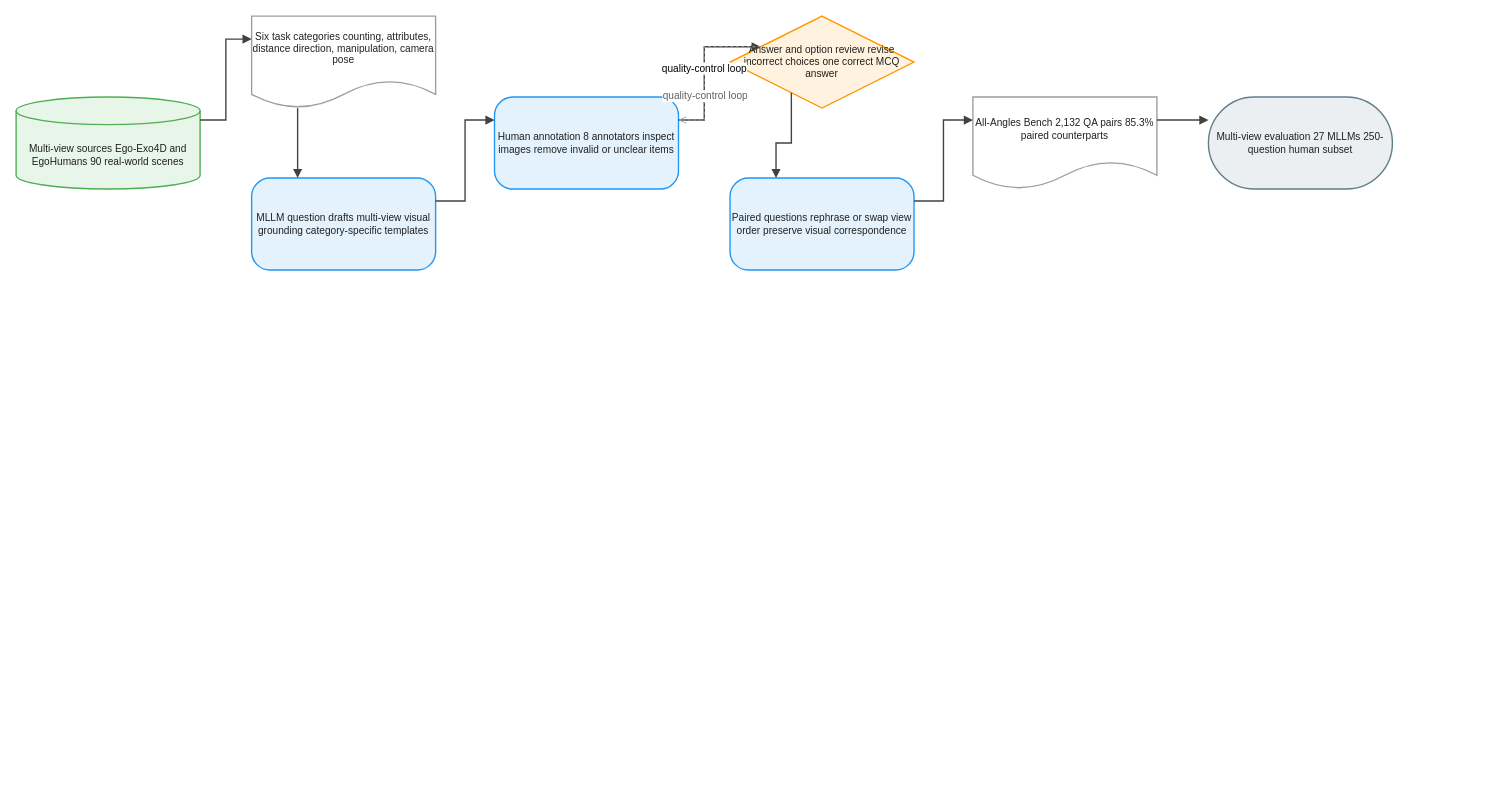
Before: client/public/drawio/All-Angles/All-Angles.en.drawio in joe1chief/benchmark-hub, a draw.io diagram. Source tidied: cells renumbered, new cells numbered last; positions are measured from the earlier drawing's top-left corner, leaving out a move shared by most shapes. Both pictures are drawn from the tidied source at 92%, with x=0, y=0 at pixel (16, 16).
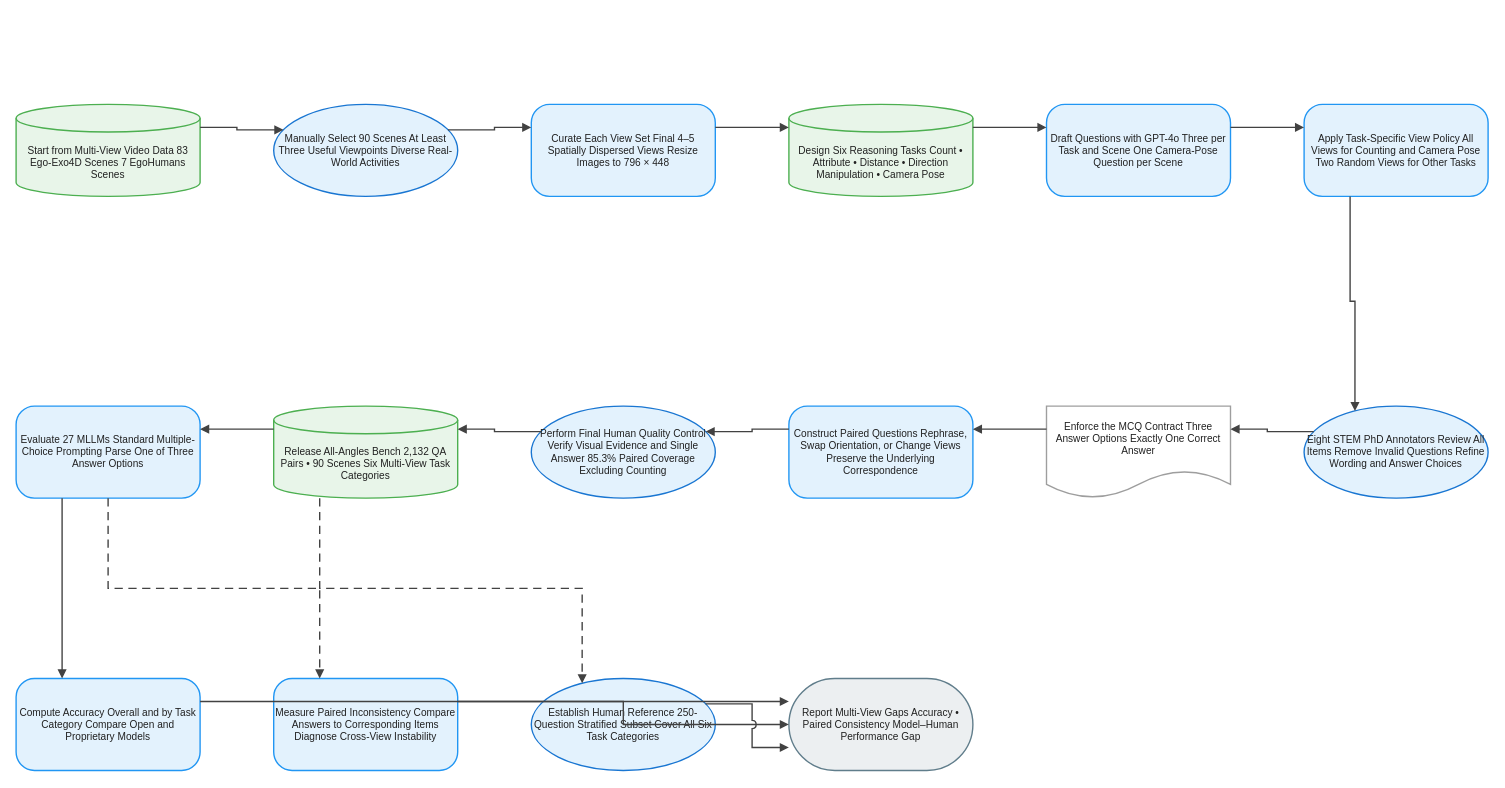
The same diagram, later.

Diff of the diagram source:
```diff
@@
-    <mxCell id="2" value="Multi-view sources Ego-Exo4D and EgoHumans 90 real-world scenes" style="shape=cylinder3;boundedLbl=1;backgroundOutline=1;size=15;html=1;whiteSpace=wrap;fillColor=#E8F5E9;strokeColor=#4CAF50;strokeWidth=1.5;fontColor=#212121;fontSize=11;fontFamily=Arial, Helvetica, sans-serif;verticalAlign=middle;align=center;" parent="1" vertex="1">
-      <mxGeometry y="88" width="200" height="100" as="geometry" />
+    <mxCell id="2" value="Start from Multi-View Video Data 83 Ego-Exo4D Scenes 7 EgoHumans Scenes" style="shape=cylinder3;boundedLbl=1;backgroundOutline=1;size=15;html=1;whiteSpace=wrap;fillColor=#E8F5E9;strokeColor=#4CAF50;strokeWidth=1.5;fontColor=#212121;fontSize=11;fontFamily=Arial, Helvetica, sans-serif;verticalAlign=middle;align=center;" parent="1" vertex="1">
+      <mxGeometry y="96" width="200" height="100" as="geometry" />
     </mxCell>
-    <mxCell id="3" value="Six task categories counting, attributes, distance direction, manipulation, camera pose" style="shape=document;boundedLbl=1;html=1;whiteSpace=wrap;fillColor=#FFFFFF;strokeColor=#9E9E9E;strokeWidth=1.5;fontColor=#212121;fontSize=11;fontFamily=Arial, Helvetica, sans-serif;verticalAlign=middle;align=center;" parent="1" vertex="1">
-      <mxGeometry x="256" width="200" height="100" as="geometry" />
+    <mxCell id="3" value="Manually Select 90 Scenes At Least Three Useful Viewpoints Diverse Real-World Activities" style="ellipse;html=1;whiteSpace=wrap;fillColor=#E3F2FD;strokeColor=#1976D2;strokeWidth=1.5;fontColor=#212121;fontSize=11;fontFamily=Arial, Helvetica, sans-serif;verticalAlign=middle;align=center;" parent="1" vertex="1">
+      <mxGeometry x="280" y="96" width="200" height="100" as="geometry" />
     </mxCell>
-    <mxCell id="4" value="MLLM question drafts multi-view visual grounding category-specific templates" style="rounded=1;arcSize=20;html=1;whiteSpace=wrap;fillColor=#E3F2FD;strokeColor=#2196F3;strokeWidth=1.5;fontColor=#212121;fontSize=11;fontFamily=Arial, Helvetica, sans-serif;verticalAlign=middle;align=center;" parent="1" vertex="1">
-      <mxGeometry x="256" y="176" width="200" height="100" as="geometry" />
+    <mxCell id="4" value="Curate Each View Set Final 4–5 Spatially Dispersed Views Resize Images to 796 × 448" style="rounded=1;arcSize=20;html=1;whiteSpace=wrap;fillColor=#E3F2FD;strokeColor=#2196F3;strokeWidth=1.5;fontColor=#212121;fontSize=11;fontFamily=Arial, Helvetica, sans-serif;verticalAlign=middle;align=center;" parent="1" vertex="1">
+      <mxGeometry x="560" y="96" width="200" height="100" as="geometry" />
     </mxCell>
-    <mxCell id="5" value="Human annotation 8 annotators inspect images remove invalid or unclear items" style="rounded=1;arcSize=20;html=1;whiteSpace=wrap;fillColor=#E3F2FD;strokeColor=#2196F3;strokeWidth=1.5;fontColor=#212121;fontSize=11;fontFamily=Arial, Helvetica, sans-serif;verticalAlign=middle;align=center;" parent="1" vertex="1">
-      <mxGeometry x="520" y="88" width="200" height="100" as="geometry" />
+    <mxCell id="5" value="Design Six Reasoning Tasks Count • Attribute • Distance • Direction Manipulation • Camera Pose" style="shape=cylinder3;boundedLbl=1;backgroundOutline=1;size=15;html=1;whiteSpace=wrap;fillColor=#E8F5E9;strokeColor=#4CAF50;strokeWidth=1.5;fontColor=#212121;fontSize=11;fontFamily=Arial, Helvetica, sans-serif;verticalAlign=middle;align=center;" parent="1" vertex="1">
+      <mxGeometry x="840" y="96" width="200" height="100" as="geometry" />
     </mxCell>
-    <mxCell id="6" value="Answer and option review revise incorrect choices one correct MCQ answer" style="rhombus;html=1;whiteSpace=wrap;fillColor=#FFF3E0;strokeColor=#FF9800;strokeWidth=1.5;fontColor=#212121;fontSize=11;fontFamily=Arial, Helvetica, sans-serif;verticalAlign=middle;align=center;" parent="1" vertex="1">
-      <mxGeometry x="776" width="200" height="100" as="geometry" />
+    <mxCell id="6" value="Draft Questions with GPT-4o Three per Task and Scene One Camera-Pose Question per Scene" style="rounded=1;arcSize=20;html=1;whiteSpace=wrap;fillColor=#E3F2FD;strokeColor=#2196F3;strokeWidth=1.5;fontColor=#212121;fontSize=11;fontFamily=Arial, Helvetica, sans-serif;verticalAlign=middle;align=center;" parent="1" vertex="1">
+      <mxGeometry x="1120" y="96" width="200" height="100" as="geometry" />
     </mxCell>
-    <mxCell id="7" value="Paired questions rephrase or swap view order preserve visual correspondence" style="rounded=1;arcSize=20;html=1;whiteSpace=wrap;fillColor=#E3F2FD;strokeColor=#2196F3;strokeWidth=1.5;fontColor=#212121;fontSize=11;fontFamily=Arial, Helvetica, sans-serif;verticalAlign=middle;align=center;" parent="1" vertex="1">
-      <mxGeometry x="776" y="176" width="200" height="100" as="geometry" />
+    <mxCell id="7" value="Apply Task-Specific View Policy All Views for Counting and Camera Pose Two Random Views for Other Tasks" style="rounded=1;arcSize=20;html=1;whiteSpace=wrap;fillColor=#E3F2FD;strokeColor=#2196F3;strokeWidth=1.5;fontColor=#212121;fontSize=11;fontFamily=Arial, Helvetica, sans-serif;verticalAlign=middle;align=center;" parent="1" vertex="1">
+      <mxGeometry x="1400" y="96" width="200" height="100" as="geometry" />
     </mxCell>
-    <mxCell id="8" value="All-Angles Bench 2,132 QA pairs 85.3% paired counterparts" style="shape=document;boundedLbl=1;html=1;whiteSpace=wrap;fillColor=#FFFFFF;strokeColor=#9E9E9E;strokeWidth=1.5;fontColor=#212121;fontSize=11;fontFamily=Arial, Helvetica, sans-serif;verticalAlign=middle;align=center;" parent="1" vertex="1">
-      <mxGeometry x="1040" y="88" width="200" height="100" as="geometry" />
+    <mxCell id="8" value="Eight STEM PhD Annotators Review All Items Remove Invalid Questions Refine Wording and Answer Choices" style="ellipse;html=1;whiteSpace=wrap;fillColor=#E3F2FD;strokeColor=#1976D2;strokeWidth=1.5;fontColor=#212121;fontSize=11;fontFamily=Arial, Helvetica, sans-serif;verticalAlign=middle;align=center;" parent="1" vertex="1">
+      <mxGeometry x="1400" y="424" width="200" height="100" as="geometry" />
     </mxCell>
-    <mxCell id="9" value="Multi-view evaluation 27 MLLMs 250-question human subset" style="rounded=1;arcSize=50;html=1;whiteSpace=wrap;fillColor=#ECEFF1;strokeColor=#607D8B;strokeWidth=1.5;fontColor=#212121;fontSize=11;fontFamily=Arial, Helvetica, sans-serif;verticalAlign=middle;align=center;" parent="1" vertex="1">
-      <mxGeometry x="1296" y="88" width="200" height="100" as="geometry" />
+    <mxCell id="9" value="Enforce the MCQ Contract Three Answer Options Exactly One Correct Answer" style="shape=document;boundedLbl=1;html=1;whiteSpace=wrap;fillColor=#FFFFFF;strokeColor=#9E9E9E;strokeWidth=1.5;fontColor=#212121;fontSize=11;fontFamily=Arial, Helvetica, sans-serif;verticalAlign=middle;align=center;" parent="1" vertex="1">
+      <mxGeometry x="1120" y="424" width="200" height="100" as="geometry" />
     </mxCell>
-    <mxCell id="10" style="edgeStyle=orthogonalEdgeStyle;rounded=0;jettySize=auto;html=1;strokeColor=#424242;strokeWidth=1.5;endArrow=block;endFill=1;exitX=1;exitY=0.25;exitDx=0;exitDy=0;entryX=0;entryY=0.25;entryDx=0;entryDy=0;jumpStyle=arc;jumpSize=8;" parent="1" edge="1" source="2" target="3">
-      <mxGeometry relative="1" as="geometry" />
+    <mxCell id="10" value="Construct Paired Questions Rephrase, Swap Orientation, or Change Views Preserve the Underlying Correspondence" style="rounded=1;arcSize=20;html=1;whiteSpace=wrap;fillColor=#E3F2FD;strokeColor=#2196F3;strokeWidth=1.5;fontColor=#212121;fontSize=11;fontFamily=Arial, Helvetica, sans-serif;verticalAlign=middle;align=center;" parent="1" vertex="1">
+      <mxGeometry x="840" y="424" width="200" height="100" as="geometry" />
     </mxCell>
-    <mxCell id="11" style="edgeStyle=orthogonalEdgeStyle;rounded=0;jettySize=auto;html=1;strokeColor=#424242;strokeWidth=1.5;endArrow=block;endFill=1;exitX=0.25;exitY=1;exitDx=0;exitDy=0;entryX=0.25;entryY=0;entryDx=0;entryDy=0;jumpStyle=arc;jumpSize=8;" parent="1" edge="1" source="3" target="4">
-      <mxGeometry relative="1" as="geometry" />
+    <mxCell id="11" value="Perform Final Human Quality Control Verify Visual Evidence and Single Answer 85.3% Paired Coverage Excluding Counting" style="ellipse;html=1;whiteSpace=wrap;fillColor=#E3F2FD;strokeColor=#1976D2;strokeWidth=1.5;fontColor=#212121;fontSize=11;fontFamily=Arial, Helvetica, sans-serif;verticalAlign=middle;align=center;" parent="1" vertex="1">
+      <mxGeometry x="560" y="424" width="200" height="100" as="geometry" />
     </mxCell>
-    <mxCell id="12" style="edgeStyle=orthogonalEdgeStyle;rounded=0;jettySize=auto;html=1;strokeColor=#424242;strokeWidth=1.5;endArrow=block;endFill=1;exitX=1;exitY=0.25;exitDx=0;exitDy=0;entryX=0;entryY=0.25;entryDx=0;entryDy=0;jumpStyle=arc;jumpSize=8;" parent="1" edge="1" source="4" target="5">
-      <mxGeometry relative="1" as="geometry" />
+    <mxCell id="12" value="Release All-Angles Bench 2,132 QA Pairs • 90 Scenes Six Multi-View Task Categories" style="shape=cylinder3;boundedLbl=1;backgroundOutline=1;size=15;html=1;whiteSpace=wrap;fillColor=#E8F5E9;strokeColor=#4CAF50;strokeWidth=1.5;fontColor=#212121;fontSize=11;fontFamily=Arial, Helvetica, sans-serif;verticalAlign=middle;align=center;" parent="1" vertex="1">
+      <mxGeometry x="280" y="424" width="200" height="100" as="geometry" />
     </mxCell>
-    <mxCell id="13" style="edgeStyle=orthogonalEdgeStyle;rounded=0;jettySize=auto;html=1;strokeColor=#424242;strokeWidth=1.5;endArrow=block;endFill=1;exitX=1;exitY=0.25;exitDx=0;exitDy=0;entryX=0;entryY=0.25;entryDx=0;entryDy=0;jumpStyle=arc;jumpSize=8;" parent="1" edge="1" source="5" target="6">
-      <mxGeometry relative="1" as="geometry" />
+    <mxCell id="13" value="Evaluate 27 MLLMs Standard Multiple-Choice Prompting Parse One of Three Answer Options" style="rounded=1;arcSize=20;html=1;whiteSpace=wrap;fillColor=#E3F2FD;strokeColor=#2196F3;strokeWidth=1.5;fontColor=#212121;fontSize=11;fontFamily=Arial, Helvetica, sans-serif;verticalAlign=middle;align=center;" parent="1" vertex="1">
+      <mxGeometry y="424" width="200" height="100" as="geometry" />
     </mxCell>
-    <mxCell id="14" style="edgeStyle=orthogonalEdgeStyle;rounded=0;jettySize=auto;html=1;strokeColor=#424242;strokeWidth=1.5;endArrow=block;endFill=1;exitX=0.25;exitY=1;exitDx=0;exitDy=0;entryX=0.25;entryY=0;entryDx=0;entryDy=0;jumpStyle=arc;jumpSize=8;" parent="1" edge="1" source="6" target="7">
-      <mxGeometry relative="1" as="geometry" />
+    <mxCell id="14" value="Compute Accuracy Overall and by Task Category Compare Open and Proprietary Models" style="rounded=1;arcSize=20;html=1;whiteSpace=wrap;fillColor=#E3F2FD;strokeColor=#2196F3;strokeWidth=1.5;fontColor=#212121;fontSize=11;fontFamily=Arial, Helvetica, sans-serif;verticalAlign=middle;align=center;" parent="1" vertex="1">
+      <mxGeometry y="720" width="200" height="100" as="geometry" />
     </mxCell>
-    <mxCell id="15" style="edgeStyle=orthogonalEdgeStyle;rounded=0;jettySize=auto;html=1;strokeColor=#424242;strokeWidth=1.5;endArrow=block;endFill=1;exitX=1;exitY=0.25;exitDx=0;exitDy=0;entryX=0;entryY=0.25;entryDx=0;entryDy=0;jumpStyle=arc;jumpSize=8;" parent="1" edge="1" source="7" target="8">
-      <mxGeometry relative="1" as="geometry" />
+    <mxCell id="15" value="Measure Paired Inconsistency Compare Answers to Corresponding Items Diagnose Cross-View Instability" style="rounded=1;arcSize=20;html=1;whiteSpace=wrap;fillColor=#E3F2FD;strokeColor=#2196F3;strokeWidth=1.5;fontColor=#212121;fontSize=11;fontFamily=Arial, Helvetica, sans-serif;verticalAlign=middle;align=center;" parent="1" vertex="1">
+      <mxGeometry x="280" y="720" width="200" height="100" as="geometry" />
     </mxCell>
-    <mxCell id="16" style="edgeStyle=orthogonalEdgeStyle;rounded=0;jettySize=auto;html=1;strokeColor=#424242;strokeWidth=1.5;endArrow=block;endFill=1;exitX=1;exitY=0.25;exitDx=0;exitDy=0;entryX=0;entryY=0.25;entryDx=0;entryDy=0;jumpStyle=arc;jumpSize=8;" parent="1" edge="1" source="8" target="9">
-      <mxGeometry relative="1" as="geometry" />
+    <mxCell id="16" value="Establish Human Reference 250-Question Stratified Subset Cover All Six Task Categories" style="ellipse;html=1;whiteSpace=wrap;fillColor=#E3F2FD;strokeColor=#1976D2;strokeWidth=1.5;fontColor=#212121;fontSize=11;fontFamily=Arial, Helvetica, sans-serif;verticalAlign=middle;align=center;" parent="1" vertex="1">
+      <mxGeometry x="560" y="720" width="200" height="100" as="geometry" />
     </mxCell>
-    <mxCell id="17" value="quality-control loop" style="edgeStyle=orthogonalEdgeStyle;rounded=0;jettySize=auto;html=1;strokeColor=#9E9E9E;strokeWidth=1;endArrow=open;endFill=0;exitX=0;exitY=0.25;exitDx=0;exitDy=0;entryX=1;entryY=0.25;entryDx=0;entryDy=0;dashed=1;dashPattern=3 3;jumpStyle=arc;jumpSize=8;" parent="1" edge="1" source="6" target="5">
-      <mxGeometry relative="1" as="geometry" />
+    <mxCell id="17" value="Report Multi-View Gaps Accuracy • Paired Consistency Model–Human Performance Gap" style="rounded=1;arcSize=50;html=1;whiteSpace=wrap;fillColor=#ECEFF1;strokeColor=#607D8B;strokeWidth=1.5;fontColor=#212121;fontSize=11;fontFamily=Arial, Helvetica, sans-serif;verticalAlign=middle;align=center;" parent="1" vertex="1">
+      <mxGeometry x="840" y="720" width="200" height="100" as="geometry" />
     </mxCell>
-    <mxCell id="18" value="quality-control loop" style="edgeLabel;html=1;align=center;verticalAlign=middle;fontSize=11;fontColor=#616161;" parent="17" vertex="1">
-      <mxGeometry x="0.5" relative="1" as="geometry">
-        <mxPoint y="-12" as="offset" />
-      </mxGeometry>
+    <mxCell id="18" style="edgeStyle=orthogonalEdgeStyle;rounded=0;jettySize=auto;html=1;strokeColor=#424242;strokeWidth=1.5;endArrow=block;endFill=1;exitX=1;exitY=0.25;exitDx=0;exitDy=0;entryX=0;entryY=0.25;entryDx=0;entryDy=0;jumpStyle=arc;jumpSize=8;" parent="1" edge="1" source="2" target="3">
+      <mxGeometry relative="1" as="geometry" />
     </mxCell>
+    <mxCell id="19" style="edgeStyle=orthogonalEdgeStyle;rounded=0;jettySize=auto;html=1;strokeColor=#424242;strokeWidth=1.5;endArrow=block;endFill=1;exitX=1;exitY=0.25;exitDx=0;exitDy=0;entryX=0;entryY=0.25;entryDx=0;entryDy=0;jumpStyle=arc;jumpSize=8;" parent="1" edge="1" source="3" target="4">
+      <mxGeometry relative="1" as="geometry" />
+    </mxCell>
+    <mxCell id="20" style="edgeStyle=orthogonalEdgeStyle;rounded=0;jettySize=auto;html=1;strokeColor=#424242;strokeWidth=1.5;endArrow=block;endFill=1;exitX=1;exitY=0.25;exitDx=0;exitDy=0;entryX=0;entryY=0.25;entryDx=0;entryDy=0;jumpStyle=arc;jumpSize=8;" parent="1" edge="1" source="4" target="5">
+      <mxGeometry relative="1" as="geometry" />
+    </mxCell>
+    <mxCell id="21" style="edgeStyle=orthogonalEdgeStyle;rounded=0;jettySize=auto;html=1;strokeColor=#424242;strokeWidth=1.5;endArrow=block;endFill=1;exitX=1;exitY=0.25;exitDx=0;exitDy=0;entryX=0;entryY=0.25;entryDx=0;entryDy=0;jumpStyle=arc;jumpSize=8;" parent="1" edge="1" source="5" target="6">
+      <mxGeometry relative="1" as="geometry" />
+    </mxCell>
+    <mxCell id="22" style="edgeStyle=orthogonalEdgeStyle;rounded=0;jettySize=auto;html=1;strokeColor=#424242;strokeWidth=1.5;endArrow=block;endFill=1;exitX=1;exitY=0.25;exitDx=0;exitDy=0;entryX=0;entryY=0.25;entryDx=0;entryDy=0;jumpStyle=arc;jumpSize=8;" parent="1" edge="1" source="6" target="7">
+      <mxGeometry relative="1" as="geometry" />
+    </mxCell>
+    <mxCell id="23" style="edgeStyle=orthogonalEdgeStyle;rounded=0;jettySize=auto;html=1;strokeColor=#424242;strokeWidth=1.5;endArrow=block;endFill=1;exitX=0.25;exitY=1;exitDx=0;exitDy=0;entryX=0.25;entryY=0;entryDx=0;entryDy=0;jumpStyle=arc;jumpSize=8;" parent="1" edge="1" source="7" target="8">
+      <mxGeometry relative="1" as="geometry" />
+    </mxCell>
+    <mxCell id="24" style="edgeStyle=orthogonalEdgeStyle;rounded=0;jettySize=auto;html=1;strokeColor=#424242;strokeWidth=1.5;endArrow=block;endFill=1;exitX=0;exitY=0.25;exitDx=0;exitDy=0;entryX=1;entryY=0.25;entryDx=0;entryDy=0;jumpStyle=arc;jumpSize=8;" parent="1" edge="1" source="8" target="9">
+      <mxGeometry relative="1" as="geometry" />
+    </mxCell>
+    <mxCell id="25" style="edgeStyle=orthogonalEdgeStyle;rounded=0;jettySize=auto;html=1;strokeColor=#424242;strokeWidth=1.5;endArrow=block;endFill=1;exitX=0;exitY=0.25;exitDx=0;exitDy=0;entryX=1;entryY=0.25;entryDx=0;entryDy=0;jumpStyle=arc;jumpSize=8;" parent="1" edge="1" source="9" target="10">
+      <mxGeometry relative="1" as="geometry" />
+    </mxCell>
+    <mxCell id="26" style="edgeStyle=orthogonalEdgeStyle;rounded=0;jettySize=auto;html=1;strokeColor=#424242;strokeWidth=1.5;endArrow=block;endFill=1;exitX=0;exitY=0.25;exitDx=0;exitDy=0;entryX=1;entryY=0.25;entryDx=0;entryDy=0;jumpStyle=arc;jumpSize=8;" parent="1" edge="1" source="10" target="11">
+      <mxGeometry relative="1" as="geometry" />
+    </mxCell>
+    <mxCell id="27" style="edgeStyle=orthogonalEdgeStyle;rounded=0;jettySize=auto;html=1;strokeColor=#424242;strokeWidth=1.5;endArrow=block;endFill=1;exitX=0;exitY=0.25;exitDx=0;exitDy=0;entryX=1;entryY=0.25;entryDx=0;entryDy=0;jumpStyle=arc;jumpSize=8;" parent="1" edge="1" source="11" target="12">
+      <mxGeometry relative="1" as="geometry" />
+    </mxCell>
+    <mxCell id="28" style="edgeStyle=orthogonalEdgeStyle;rounded=0;jettySize=auto;html=1;strokeColor=#424242;strokeWidth=1.5;endArrow=block;endFill=1;exitX=0;exitY=0.25;exitDx=0;exitDy=0;entryX=1;entryY=0.25;entryDx=0;entryDy=0;jumpStyle=arc;jumpSize=8;" parent="1" edge="1" source="12" target="13">
+      <mxGeometry relative="1" as="geometry" />
+    </mxCell>
+    <mxCell id="29" style="edgeStyle=orthogonalEdgeStyle;rounded=0;jettySize=auto;html=1;strokeColor=#424242;strokeWidth=1.5;endArrow=block;endFill=1;exitX=0.25;exitY=1;exitDx=0;exitDy=0;entryX=0.25;entryY=0;entryDx=0;entryDy=0;jumpStyle=arc;jumpSize=8;" parent="1" edge="1" source="13" target="14">
+      <mxGeometry relative="1" as="geometry" />
+    </mxCell>
+    <mxCell id="30" style="edgeStyle=orthogonalEdgeStyle;rounded=0;jettySize=auto;html=1;strokeColor=#424242;strokeWidth=1.5;endArrow=block;endFill=1;exitX=0.5;exitY=1;exitDx=0;exitDy=0;entryX=0.25;entryY=0;entryDx=0;entryDy=0;dashed=1;dashPattern=6 4;jumpStyle=arc;jumpSize=8;" parent="1" edge="1" source="13" target="15">
+      <mxGeometry relative="1" as="geometry" />
+    </mxCell>
+    <mxCell id="31" style="edgeStyle=orthogonalEdgeStyle;rounded=0;jettySize=auto;html=1;strokeColor=#424242;strokeWidth=1.5;endArrow=block;endFill=1;exitX=0.25;exitY=1;exitDx=0;exitDy=0;entryX=0.25;entryY=0;entryDx=0;entryDy=0;dashed=1;dashPattern=6 4;jumpStyle=arc;jumpSize=8;" parent="1" edge="1" source="12" target="16">
+      <mxGeometry relative="1" as="geometry" />
+    </mxCell>
+    <mxCell id="32" style="edgeStyle=orthogonalEdgeStyle;rounded=0;jettySize=auto;html=1;strokeColor=#424242;strokeWidth=1.5;endArrow=block;endFill=1;exitX=1;exitY=0.25;exitDx=0;exitDy=0;entryX=0;entryY=0.25;entryDx=0;entryDy=0;jumpStyle=arc;jumpSize=8;" parent="1" edge="1" source="14" target="17">
+      <mxGeometry relative="1" as="geometry" />
+    </mxCell>
+    <mxCell id="33" style="edgeStyle=orthogonalEdgeStyle;rounded=0;jettySize=auto;html=1;strokeColor=#424242;strokeWidth=1.5;endArrow=block;endFill=1;exitX=1;exitY=0.25;exitDx=0;exitDy=0;entryX=0;entryY=0.5;entryDx=0;entryDy=0;jumpStyle=arc;jumpSize=8;" parent="1" edge="1" source="15" target="17">
+      <mxGeometry relative="1" as="geometry" />
+    </mxCell>
+    <mxCell id="34" style="edgeStyle=orthogonalEdgeStyle;rounded=0;jettySize=auto;html=1;strokeColor=#424242;strokeWidth=1.5;endArrow=block;endFill=1;exitX=1;exitY=0.25;exitDx=0;exitDy=0;entryX=0;entryY=0.75;entryDx=0;entryDy=0;jumpStyle=arc;jumpSize=8;" parent="1" edge="1" source="16" target="17">
+      <mxGeometry relative="1" as="geometry" />
+    </mxCell>
```
